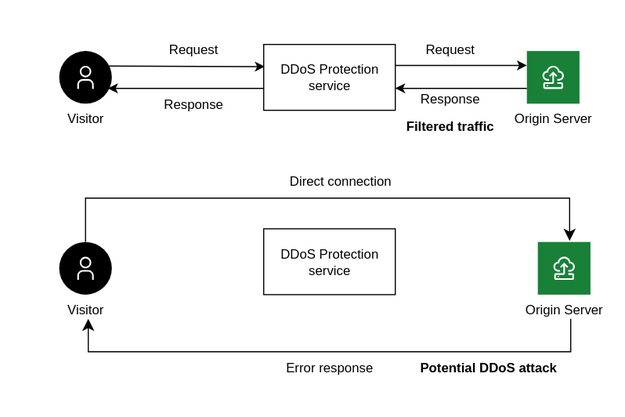
Before: images/ddos-external-connections.svg, a diagram exported from draw.io (ibm-cloud-docs/cis). Source tidied: cells renumbered, new cells last; positions are measured from the earlier drawing's top-left corner, leaving out a move shared by most shapes. Its diagram source:
```xml
<mxGraphModel>
  <root>
    <mxCell id="0" />
    <mxCell id="1" parent="0" />
    <mxCell id="2" style="rounded=0;whiteSpace=wrap;html=1;fillColor=default;strokeColor=none;" parent="1" vertex="1">
      <mxGeometry width="570" height="380" as="geometry" />
    </mxCell>
    <mxCell id="3" style="edgeStyle=elbowEdgeStyle;elbow=vertical;endArrow=classic;html=1;curved=0;rounded=0;endSize=8;startSize=8;exitX=0.5;exitY=0;exitDx=0;exitDy=0;" parent="1" edge="1" source="18">
      <mxGeometry relative="1" as="geometry">
        <mxPoint x="519" y="219" as="targetPoint" />
        <Array as="points">
          <mxPoint x="300" y="180" />
        </Array>
      </mxGeometry>
    </mxCell>
    <mxCell id="4" value="Visitor" style="shape=ellipse;fillColor=#000000;labelPosition=center;verticalLabelPosition=bottom;align=center;verticalAlign=top;strokeColor=none;fontSize=12;" parent="1" vertex="1">
      <mxGeometry x="53.5" y="46" width="48" height="48" as="geometry" />
    </mxCell>
    <mxCell id="5" style="fillColor=#ffffff;strokeColor=none;dashed=0;html=1;labelPosition=center;verticalLabelPosition=bottom;verticalAlign=top;shape=mxgraph.ibm_cloud.user;" parent="4" vertex="1">
      <mxGeometry width="24" height="24" relative="1" as="geometry">
        <mxPoint x="12" y="12" as="offset" />
      </mxGeometry>
    </mxCell>
    <mxCell id="6" style="endArrow=classic;html=1;rounded=0;exitX=0.939;exitY=0.285;exitDx=0;exitDy=0;exitPerimeter=0;entryX=-0.01;entryY=0.296;entryDx=0;entryDy=0;entryPerimeter=0;" parent="1" edge="1" source="4">
      <mxGeometry relative="1" as="geometry">
        <mxPoint x="241" y="60.2" as="targetPoint" />
      </mxGeometry>
    </mxCell>
    <mxCell id="7" value="Origin Server&#10;" style="shape=rect;fillColor=#198038;labelPosition=center;verticalLabelPosition=bottom;align=center;verticalAlign=top;strokeColor=none;fontSize=12;" parent="1" vertex="1">
      <mxGeometry x="480" y="46" width="48" height="48" as="geometry" />
    </mxCell>
    <mxCell id="8" style="fillColor=#ffffff;strokeColor=none;dashed=0;html=1;labelPosition=center;verticalLabelPosition=bottom;verticalAlign=top;shape=mxgraph.ibm_cloud.ibm-cloud--virtual-server-classic;" parent="7" vertex="1">
      <mxGeometry width="24" height="24" relative="1" as="geometry">
        <mxPoint x="12" y="12" as="offset" />
      </mxGeometry>
    </mxCell>
    <mxCell id="9" value="Request" style="text;html=1;align=center;verticalAlign=middle;whiteSpace=wrap;rounded=0;" parent="1" vertex="1">
      <mxGeometry x="145.5" y="30" width="60" height="30" as="geometry" />
    </mxCell>
    <mxCell id="10" style="endArrow=classic;html=1;rounded=0;" parent="1" edge="1">
      <mxGeometry relative="1" as="geometry">
        <mxPoint x="240" y="80" as="sourcePoint" />
        <mxPoint x="98" y="80" as="targetPoint" />
      </mxGeometry>
    </mxCell>
    <mxCell id="11" value="Response" style="text;html=1;align=center;verticalAlign=middle;whiteSpace=wrap;rounded=0;" parent="1" vertex="1">
      <mxGeometry x="145.5" y="80" width="60" height="30" as="geometry" />
    </mxCell>
    <mxCell id="12" style="rounded=0;whiteSpace=wrap;html=1;" parent="1" vertex="1">
      <mxGeometry x="240" y="40" width="120" height="60" as="geometry" />
    </mxCell>
    <mxCell id="13" value="DDoS Protection service" style="text;html=1;align=center;verticalAlign=middle;whiteSpace=wrap;rounded=0;" parent="1" vertex="1">
      <mxGeometry x="240" y="35" width="120" height="70" as="geometry" />
    </mxCell>
    <mxCell id="14" style="endArrow=classic;html=1;rounded=0;" parent="1" edge="1">
      <mxGeometry relative="1" as="geometry">
        <mxPoint x="360" y="59.1" as="sourcePoint" />
        <mxPoint x="480" y="59.1" as="targetPoint" />
      </mxGeometry>
    </mxCell>
    <mxCell id="15" style="endArrow=classic;html=1;rounded=0;" parent="1" edge="1">
      <mxGeometry relative="1" as="geometry">
        <mxPoint x="480" y="80" as="sourcePoint" />
        <mxPoint x="360" y="80" as="targetPoint" />
      </mxGeometry>
    </mxCell>
    <mxCell id="16" value="Request" style="text;html=1;align=center;verticalAlign=middle;whiteSpace=wrap;rounded=0;" parent="1" vertex="1">
      <mxGeometry x="380" y="30" width="60" height="30" as="geometry" />
    </mxCell>
    <mxCell id="17" value="Response" style="text;html=1;align=center;verticalAlign=middle;whiteSpace=wrap;rounded=0;" parent="1" vertex="1">
      <mxGeometry x="380" y="75" width="60" height="30" as="geometry" />
    </mxCell>
    <mxCell id="18" value="Visitor" style="shape=ellipse;fillColor=#000000;labelPosition=center;verticalLabelPosition=bottom;align=center;verticalAlign=top;strokeColor=none;fontSize=12;" parent="1" vertex="1">
      <mxGeometry x="53.5" y="220" width="48" height="48" as="geometry" />
    </mxCell>
    <mxCell id="19" style="fillColor=#ffffff;strokeColor=none;dashed=0;html=1;labelPosition=center;verticalLabelPosition=bottom;verticalAlign=top;shape=mxgraph.ibm_cloud.user;" parent="18" vertex="1">
      <mxGeometry width="24" height="24" relative="1" as="geometry">
        <mxPoint x="12" y="12" as="offset" />
      </mxGeometry>
    </mxCell>
    <mxCell id="20" value="Origin Server&#10;" style="shape=rect;fillColor=#198038;labelPosition=center;verticalLabelPosition=bottom;align=center;verticalAlign=top;strokeColor=none;fontSize=12;" parent="1" vertex="1">
      <mxGeometry x="490" y="220" width="48" height="48" as="geometry" />
    </mxCell>
    <mxCell id="21" style="fillColor=#ffffff;strokeColor=none;dashed=0;html=1;labelPosition=center;verticalLabelPosition=bottom;verticalAlign=top;shape=mxgraph.ibm_cloud.ibm-cloud--virtual-server-classic;" parent="20" vertex="1">
      <mxGeometry width="24" height="24" relative="1" as="geometry">
        <mxPoint x="12" y="12" as="offset" />
      </mxGeometry>
    </mxCell>
    <mxCell id="22" style="edgeStyle=elbowEdgeStyle;elbow=vertical;endArrow=classic;html=1;curved=0;rounded=0;endSize=8;startSize=8;" parent="1" edge="1">
      <mxGeometry relative="1" as="geometry">
        <mxPoint x="520" y="290" as="sourcePoint" />
        <mxPoint x="80" y="290" as="targetPoint" />
        <Array as="points">
          <mxPoint x="300" y="320" />
        </Array>
      </mxGeometry>
    </mxCell>
    <mxCell id="23" style="rounded=0;whiteSpace=wrap;html=1;" parent="1" vertex="1">
      <mxGeometry x="240" y="208" width="120" height="60" as="geometry" />
    </mxCell>
    <mxCell id="24" value="DDoS Protection service" style="text;html=1;align=center;verticalAlign=middle;whiteSpace=wrap;rounded=0;" parent="1" vertex="1">
      <mxGeometry x="240" y="203" width="120" height="70" as="geometry" />
    </mxCell>
    <mxCell id="25" value="Direct connection" style="text;html=1;align=center;verticalAlign=middle;whiteSpace=wrap;rounded=0;" parent="1" vertex="1">
      <mxGeometry x="250" y="150" width="120" height="30" as="geometry" />
    </mxCell>
    <mxCell id="26" value="Error response" style="text;html=1;align=center;verticalAlign=middle;whiteSpace=wrap;rounded=0;" parent="1" vertex="1">
      <mxGeometry x="240" y="320" width="120" height="30" as="geometry" />
    </mxCell>
    <mxCell id="27" value="&lt;b&gt;Filtered traffic&lt;/b&gt;" style="text;html=1;align=center;verticalAlign=middle;whiteSpace=wrap;rounded=0;" parent="1" vertex="1">
      <mxGeometry x="350" y="100" width="120" height="30" as="geometry" />
    </mxCell>
    <mxCell id="28" value="&lt;b&gt;Potential DDoS attack&lt;/b&gt;" style="text;html=1;align=center;verticalAlign=middle;whiteSpace=wrap;rounded=0;" parent="1" vertex="1">
      <mxGeometry x="380" y="320" width="130" height="30" as="geometry" />
    </mxCell>
  </root>
</mxGraphModel>
```
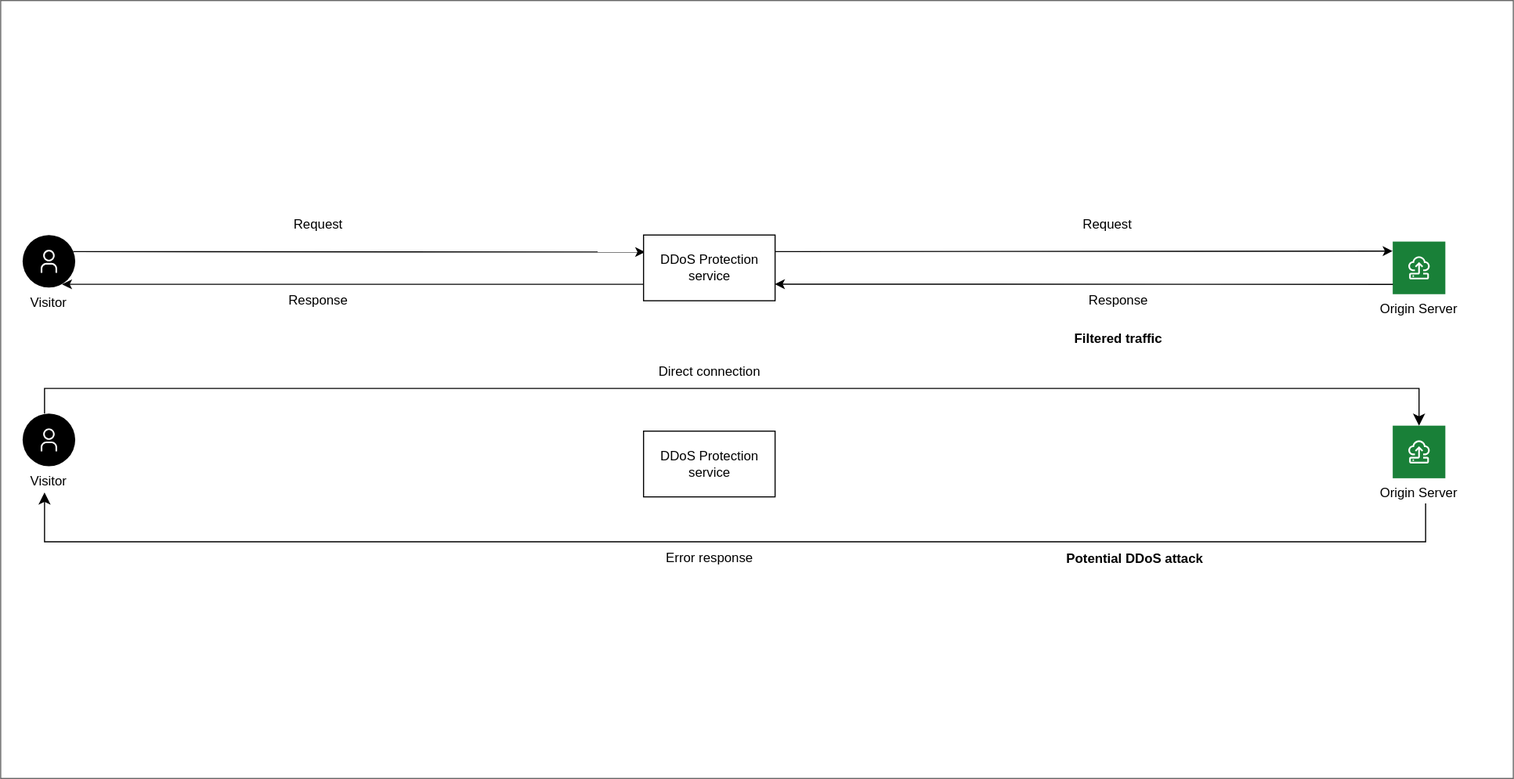
After the commit.

The edit, as a diff of the source:
```diff
@@ -2,116 +2,107 @@
   <root>
     <mxCell id="0" />
     <mxCell id="1" parent="0" />
-    <mxCell id="2" style="rounded=0;whiteSpace=wrap;html=1;fillColor=default;strokeColor=none;" parent="1" vertex="1">
-      <mxGeometry width="570" height="380" as="geometry" />
-    </mxCell>
-    <mxCell id="3" style="edgeStyle=elbowEdgeStyle;elbow=vertical;endArrow=classic;html=1;curved=0;rounded=0;endSize=8;startSize=8;exitX=0.5;exitY=0;exitDx=0;exitDy=0;" parent="1" edge="1" source="18">
-      <mxGeometry relative="1" as="geometry">
-        <mxPoint x="519" y="219" as="targetPoint" />
-        <Array as="points">
-          <mxPoint x="300" y="180" />
-        </Array>
-      </mxGeometry>
-    </mxCell>
-    <mxCell id="4" value="Visitor" style="shape=ellipse;fillColor=#000000;labelPosition=center;verticalLabelPosition=bottom;align=center;verticalAlign=top;strokeColor=none;fontSize=12;" parent="1" vertex="1">
-      <mxGeometry x="53.5" y="46" width="48" height="48" as="geometry" />
-    </mxCell>
-    <mxCell id="5" style="fillColor=#ffffff;strokeColor=none;dashed=0;html=1;labelPosition=center;verticalLabelPosition=bottom;verticalAlign=top;shape=mxgraph.ibm_cloud.user;" parent="4" vertex="1">
-      <mxGeometry width="24" height="24" relative="1" as="geometry">
-        <mxPoint x="12" y="12" as="offset" />
-      </mxGeometry>
-    </mxCell>
-    <mxCell id="6" style="endArrow=classic;html=1;rounded=0;exitX=0.939;exitY=0.285;exitDx=0;exitDy=0;exitPerimeter=0;entryX=-0.01;entryY=0.296;entryDx=0;entryDy=0;entryPerimeter=0;" parent="1" edge="1" source="4">
-      <mxGeometry relative="1" as="geometry">
-        <mxPoint x="241" y="60.2" as="targetPoint" />
-      </mxGeometry>
-    </mxCell>
-    <mxCell id="7" value="Origin Server&#10;" style="shape=rect;fillColor=#198038;labelPosition=center;verticalLabelPosition=bottom;align=center;verticalAlign=top;strokeColor=none;fontSize=12;" parent="1" vertex="1">
-      <mxGeometry x="480" y="46" width="48" height="48" as="geometry" />
-    </mxCell>
-    <mxCell id="8" style="fillColor=#ffffff;strokeColor=none;dashed=0;html=1;labelPosition=center;verticalLabelPosition=bottom;verticalAlign=top;shape=mxgraph.ibm_cloud.ibm-cloud--virtual-server-classic;" parent="7" vertex="1">
-      <mxGeometry width="24" height="24" relative="1" as="geometry">
-        <mxPoint x="12" y="12" as="offset" />
-      </mxGeometry>
-    </mxCell>
-    <mxCell id="9" value="Request" style="text;html=1;align=center;verticalAlign=middle;whiteSpace=wrap;rounded=0;" parent="1" vertex="1">
-      <mxGeometry x="145.5" y="30" width="60" height="30" as="geometry" />
-    </mxCell>
-    <mxCell id="10" style="endArrow=classic;html=1;rounded=0;" parent="1" edge="1">
-      <mxGeometry relative="1" as="geometry">
-        <mxPoint x="240" y="80" as="sourcePoint" />
-        <mxPoint x="98" y="80" as="targetPoint" />
-      </mxGeometry>
-    </mxCell>
-    <mxCell id="11" value="Response" style="text;html=1;align=center;verticalAlign=middle;whiteSpace=wrap;rounded=0;" parent="1" vertex="1">
-      <mxGeometry x="145.5" y="80" width="60" height="30" as="geometry" />
-    </mxCell>
-    <mxCell id="12" style="rounded=0;whiteSpace=wrap;html=1;" parent="1" vertex="1">
-      <mxGeometry x="240" y="40" width="120" height="60" as="geometry" />
-    </mxCell>
-    <mxCell id="13" value="DDoS Protection service" style="text;html=1;align=center;verticalAlign=middle;whiteSpace=wrap;rounded=0;" parent="1" vertex="1">
-      <mxGeometry x="240" y="35" width="120" height="70" as="geometry" />
-    </mxCell>
-    <mxCell id="14" style="endArrow=classic;html=1;rounded=0;" parent="1" edge="1">
-      <mxGeometry relative="1" as="geometry">
-        <mxPoint x="360" y="59.1" as="sourcePoint" />
-        <mxPoint x="480" y="59.1" as="targetPoint" />
-      </mxGeometry>
-    </mxCell>
-    <mxCell id="15" style="endArrow=classic;html=1;rounded=0;" parent="1" edge="1">
-      <mxGeometry relative="1" as="geometry">
-        <mxPoint x="480" y="80" as="sourcePoint" />
-        <mxPoint x="360" y="80" as="targetPoint" />
-      </mxGeometry>
-    </mxCell>
-    <mxCell id="16" value="Request" style="text;html=1;align=center;verticalAlign=middle;whiteSpace=wrap;rounded=0;" parent="1" vertex="1">
-      <mxGeometry x="380" y="30" width="60" height="30" as="geometry" />
-    </mxCell>
-    <mxCell id="17" value="Response" style="text;html=1;align=center;verticalAlign=middle;whiteSpace=wrap;rounded=0;" parent="1" vertex="1">
-      <mxGeometry x="380" y="75" width="60" height="30" as="geometry" />
-    </mxCell>
-    <mxCell id="18" value="Visitor" style="shape=ellipse;fillColor=#000000;labelPosition=center;verticalLabelPosition=bottom;align=center;verticalAlign=top;strokeColor=none;fontSize=12;" parent="1" vertex="1">
-      <mxGeometry x="53.5" y="220" width="48" height="48" as="geometry" />
-    </mxCell>
-    <mxCell id="19" style="fillColor=#ffffff;strokeColor=none;dashed=0;html=1;labelPosition=center;verticalLabelPosition=bottom;verticalAlign=top;shape=mxgraph.ibm_cloud.user;" parent="18" vertex="1">
-      <mxGeometry width="24" height="24" relative="1" as="geometry">
-        <mxPoint x="12" y="12" as="offset" />
-      </mxGeometry>
-    </mxCell>
-    <mxCell id="20" value="Origin Server&#10;" style="shape=rect;fillColor=#198038;labelPosition=center;verticalLabelPosition=bottom;align=center;verticalAlign=top;strokeColor=none;fontSize=12;" parent="1" vertex="1">
-      <mxGeometry x="490" y="220" width="48" height="48" as="geometry" />
-    </mxCell>
-    <mxCell id="21" style="fillColor=#ffffff;strokeColor=none;dashed=0;html=1;labelPosition=center;verticalLabelPosition=bottom;verticalAlign=top;shape=mxgraph.ibm_cloud.ibm-cloud--virtual-server-classic;" parent="20" vertex="1">
-      <mxGeometry width="24" height="24" relative="1" as="geometry">
-        <mxPoint x="12" y="12" as="offset" />
-      </mxGeometry>
-    </mxCell>
-    <mxCell id="22" style="edgeStyle=elbowEdgeStyle;elbow=vertical;endArrow=classic;html=1;curved=0;rounded=0;endSize=8;startSize=8;" parent="1" edge="1">
-      <mxGeometry relative="1" as="geometry">
-        <mxPoint x="520" y="290" as="sourcePoint" />
-        <mxPoint x="80" y="290" as="targetPoint" />
-        <Array as="points">
-          <mxPoint x="300" y="320" />
-        </Array>
-      </mxGeometry>
-    </mxCell>
-    <mxCell id="23" style="rounded=0;whiteSpace=wrap;html=1;" parent="1" vertex="1">
-      <mxGeometry x="240" y="208" width="120" height="60" as="geometry" />
-    </mxCell>
-    <mxCell id="24" value="DDoS Protection service" style="text;html=1;align=center;verticalAlign=middle;whiteSpace=wrap;rounded=0;" parent="1" vertex="1">
-      <mxGeometry x="240" y="203" width="120" height="70" as="geometry" />
-    </mxCell>
+    <mxCell id="29" style="rounded=0;whiteSpace=wrap;html=1;strokeColor=#666666;" parent="1" vertex="1">
+      <mxGeometry x="2010" y="-4230" width="1380" height="710" as="geometry" />
+    </mxCell>
+    <mxCell id="30" style="edgeStyle=elbowEdgeStyle;elbow=vertical;endArrow=classic;html=1;curved=0;rounded=0;endSize=8;startSize=8;exitX=0.5;exitY=0;exitDx=0;exitDy=0;entryX=0.5;entryY=0;entryDx=0;entryDy=0;" parent="1" edge="1" target="47">
+      <mxGeometry relative="1" as="geometry">
+        <mxPoint x="2050" y="-3853" as="sourcePoint" />
+        <Array as="points">
+          <mxPoint x="2652.5" y="-3876" />
+        </Array>
+      </mxGeometry>
+    </mxCell>
+    <mxCell id="31" value="Visitor" style="shape=ellipse;fillColor=#000000;labelPosition=center;verticalLabelPosition=bottom;align=center;verticalAlign=top;strokeColor=none;fontSize=12;" parent="1" vertex="1">
+      <mxGeometry x="2030" y="-4016" width="48" height="48" as="geometry" />
+    </mxCell>
+    <mxCell id="32" style="fillColor=#ffffff;strokeColor=none;dashed=0;html=1;labelPosition=center;verticalLabelPosition=bottom;verticalAlign=top;shape=mxgraph.ibm_cloud.user;" parent="31" vertex="1">
+      <mxGeometry width="24" height="24" relative="1" as="geometry">
+        <mxPoint x="12" y="12" as="offset" />
+      </mxGeometry>
+    </mxCell>
+    <mxCell id="33" style="endArrow=classic;html=1;rounded=0;exitX=0.963;exitY=0.316;exitDx=0;exitDy=0;exitPerimeter=0;entryX=0.012;entryY=0.293;entryDx=0;entryDy=0;entryPerimeter=0;" parent="1" edge="1" source="31" target="40">
+      <mxGeometry relative="1" as="geometry" />
+    </mxCell>
+    <mxCell id="34" value="Origin Server&#10;" style="shape=rect;fillColor=#198038;labelPosition=center;verticalLabelPosition=bottom;align=center;verticalAlign=top;strokeColor=none;fontSize=12;" parent="1" vertex="1">
+      <mxGeometry x="3280" y="-4010" width="48" height="48" as="geometry" />
+    </mxCell>
+    <mxCell id="35" style="fillColor=#ffffff;strokeColor=none;dashed=0;html=1;labelPosition=center;verticalLabelPosition=bottom;verticalAlign=top;shape=mxgraph.ibm_cloud.ibm-cloud--virtual-server-classic;" parent="34" vertex="1">
+      <mxGeometry width="24" height="24" relative="1" as="geometry">
+        <mxPoint x="12" y="12" as="offset" />
+      </mxGeometry>
+    </mxCell>
+    <mxCell id="36" value="Request" style="text;html=1;align=center;verticalAlign=middle;whiteSpace=wrap;rounded=0;" parent="1" vertex="1">
+      <mxGeometry x="2270" y="-4040" width="60" height="30" as="geometry" />
+    </mxCell>
+    <mxCell id="37" style="endArrow=classic;html=1;rounded=0;exitX=-0.004;exitY=0.75;exitDx=0;exitDy=0;exitPerimeter=0;" parent="1" edge="1" source="39">
+      <mxGeometry relative="1" as="geometry">
+        <mxPoint x="2066" y="-3971" as="targetPoint" />
+      </mxGeometry>
+    </mxCell>
+    <mxCell id="38" value="Response" style="text;html=1;align=center;verticalAlign=middle;whiteSpace=wrap;rounded=0;" parent="1" vertex="1">
+      <mxGeometry x="2270" y="-3971" width="60" height="30" as="geometry" />
+    </mxCell>
+    <mxCell id="39" style="rounded=0;whiteSpace=wrap;html=1;" parent="1" vertex="1">
+      <mxGeometry x="2596.5" y="-4016" width="120" height="60" as="geometry" />
+    </mxCell>
+    <mxCell id="40" value="DDoS Protection service" style="text;html=1;align=center;verticalAlign=middle;whiteSpace=wrap;rounded=0;" parent="1" vertex="1">
+      <mxGeometry x="2596.5" y="-4021" width="120" height="70" as="geometry" />
+    </mxCell>
+    <mxCell id="41" style="endArrow=classic;html=1;rounded=0;entryX=-0.003;entryY=0.181;entryDx=0;entryDy=0;exitX=1.002;exitY=0.288;exitDx=0;exitDy=0;exitPerimeter=0;entryPerimeter=0;" parent="1" edge="1" source="40" target="34">
+      <mxGeometry relative="1" as="geometry" />
+    </mxCell>
+    <mxCell id="42" style="endArrow=classic;html=1;rounded=0;exitX=0.005;exitY=0.814;exitDx=0;exitDy=0;exitPerimeter=0;entryX=0.999;entryY=0.712;entryDx=0;entryDy=0;entryPerimeter=0;" parent="1" edge="1" source="34" target="40">
+      <mxGeometry relative="1" as="geometry" />
+    </mxCell>
+    <mxCell id="43" value="Request" style="text;html=1;align=center;verticalAlign=middle;whiteSpace=wrap;rounded=0;" parent="1" vertex="1">
+      <mxGeometry x="2990" y="-4040" width="60" height="30" as="geometry" />
+    </mxCell>
+    <mxCell id="44" value="Response" style="text;html=1;align=center;verticalAlign=middle;whiteSpace=wrap;rounded=0;" parent="1" vertex="1">
+      <mxGeometry x="3000" y="-3971" width="60" height="30" as="geometry" />
+    </mxCell>
+    <mxCell id="45" value="Visitor" style="shape=ellipse;fillColor=#000000;labelPosition=center;verticalLabelPosition=bottom;align=center;verticalAlign=top;strokeColor=none;fontSize=12;" parent="1" vertex="1">
+      <mxGeometry x="2030" y="-3853" width="48" height="48" as="geometry" />
+    </mxCell>
+    <mxCell id="46" style="fillColor=#ffffff;strokeColor=none;dashed=0;html=1;labelPosition=center;verticalLabelPosition=bottom;verticalAlign=top;shape=mxgraph.ibm_cloud.user;" parent="45" vertex="1">
+      <mxGeometry width="24" height="24" relative="1" as="geometry">
+        <mxPoint x="12" y="12" as="offset" />
+      </mxGeometry>
+    </mxCell>
+    <mxCell id="47" value="Origin Server&#10;" style="shape=rect;fillColor=#198038;labelPosition=center;verticalLabelPosition=bottom;align=center;verticalAlign=top;strokeColor=none;fontSize=12;" parent="1" vertex="1">
+      <mxGeometry x="3280" y="-3842" width="48" height="48" as="geometry" />
+    </mxCell>
+    <mxCell id="48" style="fillColor=#ffffff;strokeColor=none;dashed=0;html=1;labelPosition=center;verticalLabelPosition=bottom;verticalAlign=top;shape=mxgraph.ibm_cloud.ibm-cloud--virtual-server-classic;" parent="47" vertex="1">
+      <mxGeometry width="24" height="24" relative="1" as="geometry">
+        <mxPoint x="12" y="12" as="offset" />
+      </mxGeometry>
+    </mxCell>
+    <mxCell id="49" style="edgeStyle=elbowEdgeStyle;elbow=vertical;endArrow=classic;html=1;curved=0;rounded=0;endSize=8;startSize=8;" parent="1" edge="1">
+      <mxGeometry relative="1" as="geometry">
+        <mxPoint x="3310" y="-3771" as="sourcePoint" />
+        <mxPoint x="2050" y="-3781" as="targetPoint" />
+        <Array as="points">
+          <mxPoint x="2656.5" y="-3736" />
+        </Array>
+      </mxGeometry>
+    </mxCell>
+    <mxCell id="50" style="rounded=0;whiteSpace=wrap;html=1;" parent="1" vertex="1">
+      <mxGeometry x="2596.5" y="-3837" width="120" height="60" as="geometry" />
+    </mxCell>
+    <mxCell id="51" value="DDoS Protection service" style="text;html=1;align=center;verticalAlign=middle;whiteSpace=wrap;rounded=0;" parent="1" vertex="1">
+      <mxGeometry x="2596.5" y="-3842" width="120" height="70" as="geometry" />
+    </mxCell>
     <mxCell id="25" value="Direct connection" style="text;html=1;align=center;verticalAlign=middle;whiteSpace=wrap;rounded=0;" parent="1" vertex="1">
-      <mxGeometry x="250" y="150" width="120" height="30" as="geometry" />
+      <mxGeometry x="2596.5" y="-3906" width="120" height="30" as="geometry" />
     </mxCell>
     <mxCell id="26" value="Error response" style="text;html=1;align=center;verticalAlign=middle;whiteSpace=wrap;rounded=0;" parent="1" vertex="1">
-      <mxGeometry x="240" y="320" width="120" height="30" as="geometry" />
+      <mxGeometry x="2596.5" y="-3736" width="120" height="30" as="geometry" />
     </mxCell>
     <mxCell id="27" value="&lt;b&gt;Filtered traffic&lt;/b&gt;" style="text;html=1;align=center;verticalAlign=middle;whiteSpace=wrap;rounded=0;" parent="1" vertex="1">
-      <mxGeometry x="350" y="100" width="120" height="30" as="geometry" />
+      <mxGeometry x="2970" y="-3936" width="120" height="30" as="geometry" />
     </mxCell>
     <mxCell id="28" value="&lt;b&gt;Potential DDoS attack&lt;/b&gt;" style="text;html=1;align=center;verticalAlign=middle;whiteSpace=wrap;rounded=0;" parent="1" vertex="1">
-      <mxGeometry x="380" y="320" width="130" height="30" as="geometry" />
+      <mxGeometry x="2980" y="-3735" width="130" height="30" as="geometry" />
     </mxCell>
   </root>
 </mxGraphModel>
```
